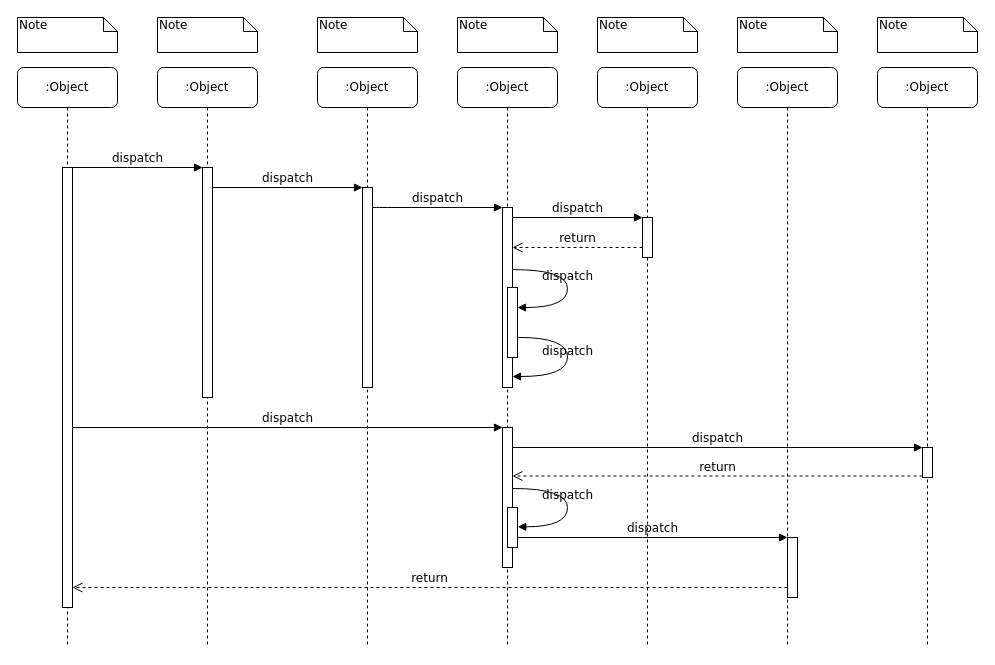
This is page "Plantilla" (1 of 3) of sequenceDiagram.drawio from Carrivax/diagrams, a draw.io file, before an edit. Source tidied: cells renumbered, new cells numbered last; positions are measured from the earlier drawing's top-left corner, leaving out a move shared by most shapes. Both pictures are drawn from the tidied source at 100%, with x=0, y=0 at pixel (17, 17).
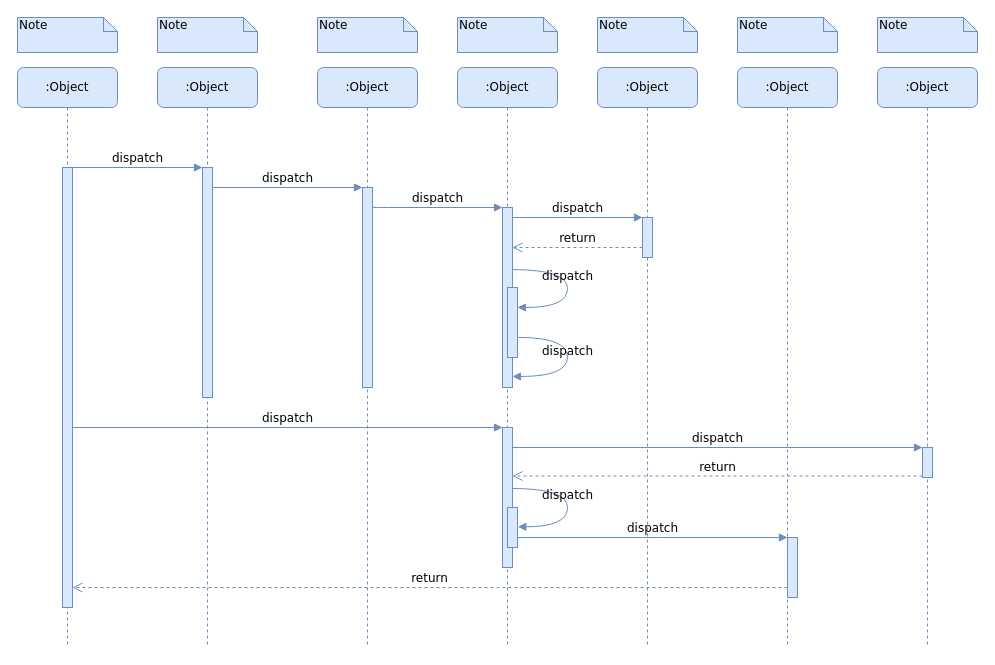
After the change.

Change to the diagram source:
```diff
@@
-    <mxCell id="2" value=":Object" style="shape=umlLifeline;perimeter=lifelinePerimeter;whiteSpace=wrap;html=1;rounded=1;shadow=0;comic=0;labelBackgroundColor=none;strokeWidth=1;fontFamily=Verdana;fontSize=12;align=center;" parent="1" vertex="1">
+    <mxCell id="2" value=":Object" style="shape=umlLifeline;perimeter=lifelinePerimeter;whiteSpace=wrap;html=1;rounded=1;shadow=0;comic=0;labelBackgroundColor=none;strokeWidth=1;fontFamily=Verdana;fontSize=12;align=center;fillColor=#dae8fc;strokeColor=#6c8ebf;" parent="1" vertex="1">
       <mxGeometry x="140" y="50" width="100" height="580" as="geometry" />
     </mxCell>
-    <mxCell id="3" style="html=1;points=[];perimeter=orthogonalPerimeter;rounded=0;shadow=0;comic=0;labelBackgroundColor=none;strokeWidth=1;fontFamily=Verdana;fontSize=12;align=center;" parent="2" vertex="1">
+    <mxCell id="3" style="html=1;points=[];perimeter=orthogonalPerimeter;rounded=0;shadow=0;comic=0;labelBackgroundColor=none;strokeWidth=1;fontFamily=Verdana;fontSize=12;align=center;fillColor=#dae8fc;strokeColor=#6c8ebf;" parent="2" vertex="1">
       <mxGeometry x="45" y="100" width="10" height="230" as="geometry" />
     </mxCell>
-    <mxCell id="4" value=":Object" style="shape=umlLifeline;perimeter=lifelinePerimeter;whiteSpace=wrap;html=1;rounded=1;shadow=0;comic=0;labelBackgroundColor=none;strokeWidth=1;fontFamily=Verdana;fontSize=12;align=center;" parent="1" vertex="1">
+    <mxCell id="4" value=":Object" style="shape=umlLifeline;perimeter=lifelinePerimeter;whiteSpace=wrap;html=1;rounded=1;shadow=0;comic=0;labelBackgroundColor=none;strokeWidth=1;fontFamily=Verdana;fontSize=12;align=center;fillColor=#dae8fc;strokeColor=#6c8ebf;" parent="1" vertex="1">
       <mxGeometry x="300" y="50" width="100" height="580" as="geometry" />
     </mxCell>
-    <mxCell id="5" style="html=1;points=[];perimeter=orthogonalPerimeter;rounded=0;shadow=0;comic=0;labelBackgroundColor=none;strokeWidth=1;fontFamily=Verdana;fontSize=12;align=center;" parent="4" vertex="1">
+    <mxCell id="5" style="html=1;points=[];perimeter=orthogonalPerimeter;rounded=0;shadow=0;comic=0;labelBackgroundColor=none;strokeWidth=1;fontFamily=Verdana;fontSize=12;align=center;fillColor=#dae8fc;strokeColor=#6c8ebf;" parent="4" vertex="1">
       <mxGeometry x="45" y="120" width="10" height="200" as="geometry" />
     </mxCell>
-    <mxCell id="6" value=":Object" style="shape=umlLifeline;perimeter=lifelinePerimeter;whiteSpace=wrap;html=1;rounded=1;shadow=0;comic=0;labelBackgroundColor=none;strokeWidth=1;fontFamily=Verdana;fontSize=12;align=center;" parent="1" vertex="1">
+    <mxCell id="6" value=":Object" style="shape=umlLifeline;perimeter=lifelinePerimeter;whiteSpace=wrap;html=1;rounded=1;shadow=0;comic=0;labelBackgroundColor=none;strokeWidth=1;fontFamily=Verdana;fontSize=12;align=center;fillColor=#dae8fc;strokeColor=#6c8ebf;" parent="1" vertex="1">
       <mxGeometry x="440" y="50" width="100" height="580" as="geometry" />
     </mxCell>
-    <mxCell id="7" value=":Object" style="shape=umlLifeline;perimeter=lifelinePerimeter;whiteSpace=wrap;html=1;rounded=1;shadow=0;comic=0;labelBackgroundColor=none;strokeWidth=1;fontFamily=Verdana;fontSize=12;align=center;" parent="1" vertex="1">
+    <mxCell id="7" value=":Object" style="shape=umlLifeline;perimeter=lifelinePerimeter;whiteSpace=wrap;html=1;rounded=1;shadow=0;comic=0;labelBackgroundColor=none;strokeWidth=1;fontFamily=Verdana;fontSize=12;align=center;fillColor=#dae8fc;strokeColor=#6c8ebf;" parent="1" vertex="1">
       <mxGeometry x="580" y="50" width="100" height="580" as="geometry" />
     </mxCell>
-    <mxCell id="8" value=":Object" style="shape=umlLifeline;perimeter=lifelinePerimeter;whiteSpace=wrap;html=1;rounded=1;shadow=0;comic=0;labelBackgroundColor=none;strokeWidth=1;fontFamily=Verdana;fontSize=12;align=center;" parent="1" vertex="1">
+    <mxCell id="8" value=":Object" style="shape=umlLifeline;perimeter=lifelinePerimeter;whiteSpace=wrap;html=1;rounded=1;shadow=0;comic=0;labelBackgroundColor=none;strokeWidth=1;fontFamily=Verdana;fontSize=12;align=center;fillColor=#dae8fc;strokeColor=#6c8ebf;" parent="1" vertex="1">
       <mxGeometry x="720" y="50" width="100" height="580" as="geometry" />
     </mxCell>
-    <mxCell id="9" value=":Object" style="shape=umlLifeline;perimeter=lifelinePerimeter;whiteSpace=wrap;html=1;rounded=1;shadow=0;comic=0;labelBackgroundColor=none;strokeWidth=1;fontFamily=Verdana;fontSize=12;align=center;" parent="1" vertex="1">
+    <mxCell id="9" value=":Object" style="shape=umlLifeline;perimeter=lifelinePerimeter;whiteSpace=wrap;html=1;rounded=1;shadow=0;comic=0;labelBackgroundColor=none;strokeWidth=1;fontFamily=Verdana;fontSize=12;align=center;fillColor=#dae8fc;strokeColor=#6c8ebf;" parent="1" vertex="1">
       <mxGeometry x="860" y="50" width="100" height="580" as="geometry" />
     </mxCell>
-    <mxCell id="10" value=":Object" style="shape=umlLifeline;perimeter=lifelinePerimeter;whiteSpace=wrap;html=1;rounded=1;shadow=0;comic=0;labelBackgroundColor=none;strokeWidth=1;fontFamily=Verdana;fontSize=12;align=center;" parent="1" vertex="1">
+    <mxCell id="10" value=":Object" style="shape=umlLifeline;perimeter=lifelinePerimeter;whiteSpace=wrap;html=1;rounded=1;shadow=0;comic=0;labelBackgroundColor=none;strokeWidth=1;fontFamily=Verdana;fontSize=12;align=center;fillColor=#dae8fc;strokeColor=#6c8ebf;" parent="1" vertex="1">
       <mxGeometry y="50" width="100" height="580" as="geometry" />
     </mxCell>
-    <mxCell id="11" style="html=1;points=[];perimeter=orthogonalPerimeter;rounded=0;shadow=0;comic=0;labelBackgroundColor=none;strokeWidth=1;fontFamily=Verdana;fontSize=12;align=center;" parent="10" vertex="1">
+    <mxCell id="11" style="html=1;points=[];perimeter=orthogonalPerimeter;rounded=0;shadow=0;comic=0;labelBackgroundColor=none;strokeWidth=1;fontFamily=Verdana;fontSize=12;align=center;fillColor=#dae8fc;strokeColor=#6c8ebf;" parent="10" vertex="1">
       <mxGeometry x="45" y="100" width="10" height="440" as="geometry" />
     </mxCell>
-    <mxCell id="12" style="html=1;points=[];perimeter=orthogonalPerimeter;rounded=0;shadow=0;comic=0;labelBackgroundColor=none;strokeWidth=1;fontFamily=Verdana;fontSize=12;align=center;" parent="1" vertex="1">
+    <mxCell id="12" style="html=1;points=[];perimeter=orthogonalPerimeter;rounded=0;shadow=0;comic=0;labelBackgroundColor=none;strokeWidth=1;fontFamily=Verdana;fontSize=12;align=center;fillColor=#dae8fc;strokeColor=#6c8ebf;" parent="1" vertex="1">
       <mxGeometry x="485" y="190" width="10" height="180" as="geometry" />
     </mxCell>
-    <mxCell id="13" value="dispatch" style="html=1;verticalAlign=bottom;endArrow=block;labelBackgroundColor=none;fontFamily=Verdana;fontSize=12;edgeStyle=elbowEdgeStyle;elbow=vertical;" parent="1" edge="1" source="5" target="12">
+    <mxCell id="13" value="dispatch" style="html=1;verticalAlign=bottom;endArrow=block;labelBackgroundColor=none;fontFamily=Verdana;fontSize=12;edgeStyle=elbowEdgeStyle;elbow=vertical;fillColor=#dae8fc;strokeColor=#6c8ebf;" parent="1" edge="1" source="5" target="12">
       <mxGeometry relative="1" as="geometry">
         <Array as="points">
           <mxPoint x="360" y="190" />
         </Array>
       </mxGeometry>
     </mxCell>
-    <mxCell id="14" style="html=1;points=[];perimeter=orthogonalPerimeter;rounded=0;shadow=0;comic=0;labelBackgroundColor=none;strokeWidth=1;fontFamily=Verdana;fontSize=12;align=center;" parent="1" vertex="1">
+    <mxCell id="14" style="html=1;points=[];perimeter=orthogonalPerimeter;rounded=0;shadow=0;comic=0;labelBackgroundColor=none;strokeWidth=1;fontFamily=Verdana;fontSize=12;align=center;fillColor=#dae8fc;strokeColor=#6c8ebf;" parent="1" vertex="1">
       <mxGeometry x="625" y="200" width="10" height="40" as="geometry" />
     </mxCell>
-    <mxCell id="15" value="dispatch" style="html=1;verticalAlign=bottom;endArrow=block;entryX=0;entryY=0;labelBackgroundColor=none;fontFamily=Verdana;fontSize=12;edgeStyle=elbowEdgeStyle;elbow=vertical;" parent="1" edge="1" source="12" target="14">
+    <mxCell id="15" value="dispatch" style="html=1;verticalAlign=bottom;endArrow=block;entryX=0;entryY=0;labelBackgroundColor=none;fontFamily=Verdana;fontSize=12;edgeStyle=elbowEdgeStyle;elbow=vertical;fillColor=#dae8fc;strokeColor=#6c8ebf;" parent="1" edge="1" source="12" target="14">
       <mxGeometry relative="1" as="geometry" />
     </mxCell>
-    <mxCell id="16" value="return" style="html=1;verticalAlign=bottom;endArrow=open;dashed=1;endSize=8;labelBackgroundColor=none;fontFamily=Verdana;fontSize=12;edgeStyle=elbowEdgeStyle;elbow=vertical;" parent="1" edge="1" source="14" target="12">
+    <mxCell id="16" value="return" style="html=1;verticalAlign=bottom;endArrow=open;dashed=1;endSize=8;labelBackgroundColor=none;fontFamily=Verdana;fontSize=12;edgeStyle=elbowEdgeStyle;elbow=vertical;fillColor=#dae8fc;strokeColor=#6c8ebf;" parent="1" edge="1" source="14" target="12">
       <mxGeometry relative="1" as="geometry">
         <Array as="points">
           <mxPoint x="570" y="230" />
           <mxPoint x="600" y="230" />
         </Array>
       </mxGeometry>
     </mxCell>
-    <mxCell id="17" style="html=1;points=[];perimeter=orthogonalPerimeter;rounded=0;shadow=0;comic=0;labelBackgroundColor=none;strokeWidth=1;fontFamily=Verdana;fontSize=12;align=center;" parent="1" vertex="1">
+    <mxCell id="17" style="html=1;points=[];perimeter=orthogonalPerimeter;rounded=0;shadow=0;comic=0;labelBackgroundColor=none;strokeWidth=1;fontFamily=Verdana;fontSize=12;align=center;fillColor=#dae8fc;strokeColor=#6c8ebf;" parent="1" vertex="1">
       <mxGeometry x="485" y="410" width="10" height="140" as="geometry" />
     </mxCell>
-    <mxCell id="18" value="dispatch" style="html=1;verticalAlign=bottom;endArrow=block;entryX=0;entryY=0;labelBackgroundColor=none;fontFamily=Verdana;fontSize=12;" parent="1" edge="1" source="11" target="17">
+    <mxCell id="18" value="dispatch" style="html=1;verticalAlign=bottom;endArrow=block;entryX=0;entryY=0;labelBackgroundColor=none;fontFamily=Verdana;fontSize=12;fillColor=#dae8fc;strokeColor=#6c8ebf;" parent="1" edge="1" source="11" target="17">
       <mxGeometry relative="1" as="geometry" />
     </mxCell>
-    <mxCell id="19" style="html=1;points=[];perimeter=orthogonalPerimeter;rounded=0;shadow=0;comic=0;labelBackgroundColor=none;strokeColor=#000000;strokeWidth=1;fillColor=#FFFFFF;fontFamily=Verdana;fontSize=12;fontColor=#000000;align=center;" parent="1" vertex="1">
+    <mxCell id="19" style="html=1;points=[];perimeter=orthogonalPerimeter;rounded=0;shadow=0;comic=0;labelBackgroundColor=none;strokeColor=#6c8ebf;strokeWidth=1;fillColor=#dae8fc;fontFamily=Verdana;fontSize=12;align=center;" parent="1" vertex="1">
       <mxGeometry x="905" y="430" width="10" height="30" as="geometry" />
     </mxCell>
-    <mxCell id="20" value="dispatch" style="html=1;verticalAlign=bottom;endArrow=block;entryX=0;entryY=0;labelBackgroundColor=none;fontFamily=Verdana;fontSize=12;" parent="1" edge="1" source="17" target="19">
+    <mxCell id="20" value="dispatch" style="html=1;verticalAlign=bottom;endArrow=block;entryX=0;entryY=0;labelBackgroundColor=none;fontFamily=Verdana;fontSize=12;fillColor=#dae8fc;strokeColor=#6c8ebf;" parent="1" edge="1" source="17" target="19">
       <mxGeometry relative="1" as="geometry" />
     </mxCell>
-    <mxCell id="21" value="return" style="html=1;verticalAlign=bottom;endArrow=open;dashed=1;endSize=8;exitX=0;exitY=0.95;labelBackgroundColor=none;fontFamily=Verdana;fontSize=12;" parent="1" edge="1" source="19" target="17">
+    <mxCell id="21" value="return" style="html=1;verticalAlign=bottom;endArrow=open;dashed=1;endSize=8;exitX=0;exitY=0.95;labelBackgroundColor=none;fontFamily=Verdana;fontSize=12;fillColor=#dae8fc;strokeColor=#6c8ebf;" parent="1" edge="1" source="19" target="17">
       <mxGeometry relative="1" as="geometry" />
     </mxCell>
-    <mxCell id="22" style="html=1;points=[];perimeter=orthogonalPerimeter;rounded=0;shadow=0;comic=0;labelBackgroundColor=none;strokeWidth=1;fontFamily=Verdana;fontSize=12;align=center;" parent="1" vertex="1">
+    <mxCell id="22" style="html=1;points=[];perimeter=orthogonalPerimeter;rounded=0;shadow=0;comic=0;labelBackgroundColor=none;strokeWidth=1;fontFamily=Verdana;fontSize=12;align=center;fillColor=#dae8fc;strokeColor=#6c8ebf;" parent="1" vertex="1">
       <mxGeometry x="770" y="520" width="10" height="60" as="geometry" />
     </mxCell>
-    <mxCell id="23" value="dispatch" style="html=1;verticalAlign=bottom;endArrow=block;entryX=0;entryY=0;labelBackgroundColor=none;fontFamily=Verdana;fontSize=12;edgeStyle=elbowEdgeStyle;elbow=vertical;" parent="1" edge="1" source="30" target="22">
+    <mxCell id="23" value="dispatch" style="html=1;verticalAlign=bottom;endArrow=block;entryX=0;entryY=0;labelBackgroundColor=none;fontFamily=Verdana;fontSize=12;edgeStyle=elbowEdgeStyle;elbow=vertical;fillColor=#dae8fc;strokeColor=#6c8ebf;" parent="1" edge="1" source="30" target="22">
       <mxGeometry relative="1" as="geometry" />
     </mxCell>
-    <mxCell id="24" value="return" style="html=1;verticalAlign=bottom;endArrow=open;dashed=1;endSize=8;labelBackgroundColor=none;fontFamily=Verdana;fontSize=12;edgeStyle=elbowEdgeStyle;elbow=vertical;" parent="1" edge="1" source="22" target="11">
+    <mxCell id="24" value="return" style="html=1;verticalAlign=bottom;endArrow=open;dashed=1;endSize=8;labelBackgroundColor=none;fontFamily=Verdana;fontSize=12;edgeStyle=elbowEdgeStyle;elbow=vertical;fillColor=#dae8fc;strokeColor=#6c8ebf;" parent="1" edge="1" source="22" target="11">
       <mxGeometry relative="1" as="geometry">
         <Array as="points">
           <mxPoint x="470" y="570" />
         </Array>
       </mxGeometry>
     </mxCell>
-    <mxCell id="25" value="dispatch" style="html=1;verticalAlign=bottom;endArrow=block;entryX=0;entryY=0;labelBackgroundColor=none;fontFamily=Verdana;fontSize=12;edgeStyle=elbowEdgeStyle;elbow=vertical;" parent="1" edge="1" source="11" target="3">
+    <mxCell id="25" value="dispatch" style="html=1;verticalAlign=bottom;endArrow=block;entryX=0;entryY=0;labelBackgroundColor=none;fontFamily=Verdana;fontSize=12;edgeStyle=elbowEdgeStyle;elbow=vertical;fillColor=#dae8fc;strokeColor=#6c8ebf;" parent="1" edge="1" source="11" target="3">
       <mxGeometry relative="1" as="geometry" />
     </mxCell>
-    <mxCell id="26" value="dispatch" style="html=1;verticalAlign=bottom;endArrow=block;entryX=0;entryY=0;labelBackgroundColor=none;fontFamily=Verdana;fontSize=12;edgeStyle=elbowEdgeStyle;elbow=vertical;" parent="1" edge="1" source="3" target="5">
+    <mxCell id="26" value="dispatch" style="html=1;verticalAlign=bottom;endArrow=block;entryX=0;entryY=0;labelBackgroundColor=none;fontFamily=Verdana;fontSize=12;edgeStyle=elbowEdgeStyle;elbow=vertical;fillColor=#dae8fc;strokeColor=#6c8ebf;" parent="1" edge="1" source="3" target="5">
       <mxGeometry relative="1" as="geometry" />
     </mxCell>
-    <mxCell id="27" style="html=1;points=[];perimeter=orthogonalPerimeter;rounded=0;shadow=0;comic=0;labelBackgroundColor=none;strokeWidth=1;fontFamily=Verdana;fontSize=12;align=center;" parent="1" vertex="1">
+    <mxCell id="27" style="html=1;points=[];perimeter=orthogonalPerimeter;rounded=0;shadow=0;comic=0;labelBackgroundColor=none;strokeWidth=1;fontFamily=Verdana;fontSize=12;align=center;fillColor=#dae8fc;strokeColor=#6c8ebf;" parent="1" vertex="1">
       <mxGeometry x="490" y="270" width="10" height="70" as="geometry" />
     </mxCell>
-    <mxCell id="28" value="dispatch" style="html=1;verticalAlign=bottom;endArrow=block;labelBackgroundColor=none;fontFamily=Verdana;fontSize=12;elbow=vertical;edgeStyle=orthogonalEdgeStyle;curved=1;entryX=1;entryY=0.286;entryPerimeter=0;exitX=1.038;exitY=0.345;exitPerimeter=0;" parent="1" edge="1" source="12" target="27">
+    <mxCell id="28" value="dispatch" style="html=1;verticalAlign=bottom;endArrow=block;labelBackgroundColor=none;fontFamily=Verdana;fontSize=12;elbow=vertical;edgeStyle=orthogonalEdgeStyle;curved=1;entryX=1;entryY=0.286;entryPerimeter=0;exitX=1.038;exitY=0.345;exitPerimeter=0;fillColor=#dae8fc;strokeColor=#6c8ebf;" parent="1" edge="1" source="12" target="27">
       <mxGeometry relative="1" as="geometry">
         <Array as="points">
           <mxPoint x="550" y="252" />
           <mxPoint x="550" y="290" />
         </Array>
       </mxGeometry>
     </mxCell>
-    <mxCell id="29" value="dispatch" style="html=1;verticalAlign=bottom;endArrow=block;labelBackgroundColor=none;fontFamily=Verdana;fontSize=12;elbow=vertical;edgeStyle=orthogonalEdgeStyle;curved=1;exitX=1.066;exitY=0.713;exitPerimeter=0;" parent="1" edge="1" source="27">
+    <mxCell id="29" value="dispatch" style="html=1;verticalAlign=bottom;endArrow=block;labelBackgroundColor=none;fontFamily=Verdana;fontSize=12;elbow=vertical;edgeStyle=orthogonalEdgeStyle;curved=1;exitX=1.066;exitY=0.713;exitPerimeter=0;fillColor=#dae8fc;strokeColor=#6c8ebf;" parent="1" edge="1" source="27">
       <mxGeometry relative="1" as="geometry">
         <mxPoint x="495" y="359" as="targetPoint" />
         <Array as="points">
           <mxPoint x="550" y="320" />
           <mxPoint x="550" y="359" />
         </Array>
       </mxGeometry>
     </mxCell>
-    <mxCell id="30" style="html=1;points=[];perimeter=orthogonalPerimeter;rounded=0;shadow=0;comic=0;labelBackgroundColor=none;strokeWidth=1;fontFamily=Verdana;fontSize=12;align=center;" parent="1" vertex="1">
+    <mxCell id="30" style="html=1;points=[];perimeter=orthogonalPerimeter;rounded=0;shadow=0;comic=0;labelBackgroundColor=none;strokeWidth=1;fontFamily=Verdana;fontSize=12;align=center;fillColor=#dae8fc;strokeColor=#6c8ebf;" parent="1" vertex="1">
       <mxGeometry x="490" y="490" width="10" height="40" as="geometry" />
     </mxCell>
-    <mxCell id="31" value="dispatch" style="html=1;verticalAlign=bottom;endArrow=block;labelBackgroundColor=none;fontFamily=Verdana;fontSize=12;elbow=vertical;edgeStyle=orthogonalEdgeStyle;curved=1;entryX=1;entryY=0.286;entryPerimeter=0;exitX=1.038;exitY=0.345;exitPerimeter=0;" parent="1" edge="1">
+    <mxCell id="31" value="dispatch" style="html=1;verticalAlign=bottom;endArrow=block;labelBackgroundColor=none;fontFamily=Verdana;fontSize=12;elbow=vertical;edgeStyle=orthogonalEdgeStyle;curved=1;entryX=1;entryY=0.286;entryPerimeter=0;exitX=1.038;exitY=0.345;exitPerimeter=0;fillColor=#dae8fc;strokeColor=#6c8ebf;" parent="1" edge="1">
       <mxGeometry relative="1" as="geometry">
         <mxPoint x="495.3" y="471" as="sourcePoint" />
         <mxPoint x="500.3" y="509.3" as="targetPoint" />
         <Array as="points">
           <mxPoint x="550" y="471" />
           <mxPoint x="550" y="509" />
         </Array>
       </mxGeometry>
     </mxCell>
-    <mxCell id="32" value="Note" style="shape=note;whiteSpace=wrap;html=1;size=14;verticalAlign=top;align=left;spacingTop=-6;rounded=0;shadow=0;comic=0;labelBackgroundColor=none;strokeWidth=1;fontFamily=Verdana;fontSize=12;" parent="1" vertex="1">
+    <mxCell id="32" value="Note" style="shape=note;whiteSpace=wrap;html=1;size=14;verticalAlign=top;align=left;spacingTop=-6;rounded=0;shadow=0;comic=0;labelBackgroundColor=none;strokeWidth=1;fontFamily=Verdana;fontSize=12;fillColor=#dae8fc;strokeColor=#6c8ebf;" parent="1" vertex="1">
       <mxGeometry width="100" height="35" as="geometry" />
     </mxCell>
-    <mxCell id="33" value="Note" style="shape=note;whiteSpace=wrap;html=1;size=14;verticalAlign=top;align=left;spacingTop=-6;rounded=0;shadow=0;comic=0;labelBackgroundColor=none;strokeWidth=1;fontFamily=Verdana;fontSize=12;" parent="1" vertex="1">
+    <mxCell id="33" value="Note" style="shape=note;whiteSpace=wrap;html=1;size=14;verticalAlign=top;align=left;spacingTop=-6;rounded=0;shadow=0;comic=0;labelBackgroundColor=none;strokeWidth=1;fontFamily=Verdana;fontSize=12;fillColor=#dae8fc;strokeColor=#6c8ebf;" parent="1" vertex="1">
       <mxGeometry x="140" width="100" height="35" as="geometry" />
     </mxCell>
-    <mxCell id="34" value="Note" style="shape=note;whiteSpace=wrap;html=1;size=14;verticalAlign=top;align=left;spacingTop=-6;rounded=0;shadow=0;comic=0;labelBackgroundColor=none;strokeWidth=1;fontFamily=Verdana;fontSize=12;" parent="1" vertex="1">
+    <mxCell id="34" value="Note" style="shape=note;whiteSpace=wrap;html=1;size=14;verticalAlign=top;align=left;spacingTop=-6;rounded=0;shadow=0;comic=0;labelBackgroundColor=none;strokeWidth=1;fontFamily=Verdana;fontSize=12;fillColor=#dae8fc;strokeColor=#6c8ebf;" parent="1" vertex="1">
       <mxGeometry x="300" width="100" height="35" as="geometry" />
     </mxCell>
-    <mxCell id="35" value="Note" style="shape=note;whiteSpace=wrap;html=1;size=14;verticalAlign=top;align=left;spacingTop=-6;rounded=0;shadow=0;comic=0;labelBackgroundColor=none;strokeWidth=1;fontFamily=Verdana;fontSize=12;" parent="1" vertex="1">
+    <mxCell id="35" value="Note" style="shape=note;whiteSpace=wrap;html=1;size=14;verticalAlign=top;align=left;spacingTop=-6;rounded=0;shadow=0;comic=0;labelBackgroundColor=none;strokeWidth=1;fontFamily=Verdana;fontSize=12;fillColor=#dae8fc;strokeColor=#6c8ebf;" parent="1" vertex="1">
       <mxGeometry x="440" width="100" height="35" as="geometry" />
     </mxCell>
-    <mxCell id="36" value="Note" style="shape=note;whiteSpace=wrap;html=1;size=14;verticalAlign=top;align=left;spacingTop=-6;rounded=0;shadow=0;comic=0;labelBackgroundColor=none;strokeWidth=1;fontFamily=Verdana;fontSize=12;" parent="1" vertex="1">
+    <mxCell id="36" value="Note" style="shape=note;whiteSpace=wrap;html=1;size=14;verticalAlign=top;align=left;spacingTop=-6;rounded=0;shadow=0;comic=0;labelBackgroundColor=none;strokeWidth=1;fontFamily=Verdana;fontSize=12;fillColor=#dae8fc;strokeColor=#6c8ebf;" parent="1" vertex="1">
       <mxGeometry x="580" width="100" height="35" as="geometry" />
     </mxCell>
-    <mxCell id="37" value="Note" style="shape=note;whiteSpace=wrap;html=1;size=14;verticalAlign=top;align=left;spacingTop=-6;rounded=0;shadow=0;comic=0;labelBackgroundColor=none;strokeWidth=1;fontFamily=Verdana;fontSize=12;" parent="1" vertex="1">
+    <mxCell id="37" value="Note" style="shape=note;whiteSpace=wrap;html=1;size=14;verticalAlign=top;align=left;spacingTop=-6;rounded=0;shadow=0;comic=0;labelBackgroundColor=none;strokeWidth=1;fontFamily=Verdana;fontSize=12;fillColor=#dae8fc;strokeColor=#6c8ebf;" parent="1" vertex="1">
       <mxGeometry x="720" width="100" height="35" as="geometry" />
     </mxCell>
-    <mxCell id="38" value="Note" style="shape=note;whiteSpace=wrap;html=1;size=14;verticalAlign=top;align=left;spacingTop=-6;rounded=0;shadow=0;comic=0;labelBackgroundColor=none;strokeWidth=1;fontFamily=Verdana;fontSize=12;" parent="1" vertex="1">
+    <mxCell id="38" value="Note" style="shape=note;whiteSpace=wrap;html=1;size=14;verticalAlign=top;align=left;spacingTop=-6;rounded=0;shadow=0;comic=0;labelBackgroundColor=none;strokeWidth=1;fontFamily=Verdana;fontSize=12;fillColor=#dae8fc;strokeColor=#6c8ebf;" parent="1" vertex="1">
       <mxGeometry x="860" width="100" height="35" as="geometry" />
     </mxCell>
```
